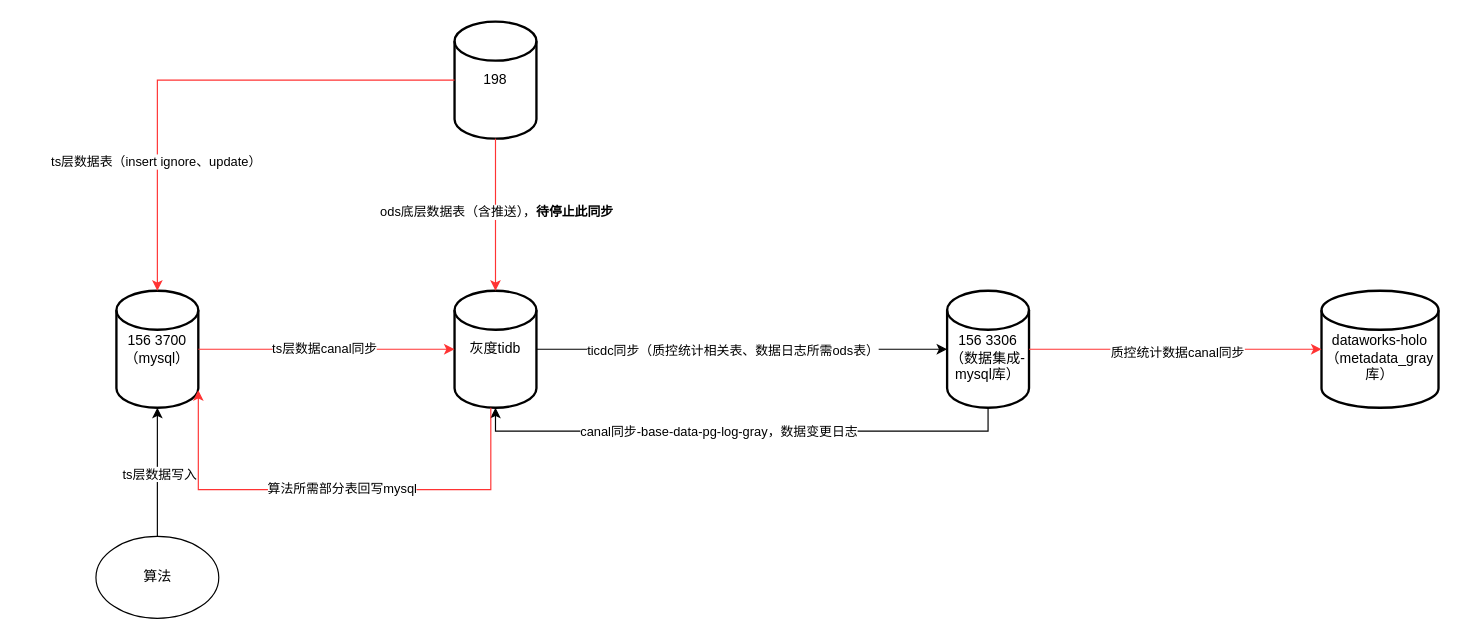
Earlier version of the draw.io diagram 灰度环境数据同步.drawio (liujiansgit/images-). Source tidied: cells renumbered, new cells numbered last; positions are measured from the earlier drawing's top-left corner, leaving out a move shared by most shapes. Both pictures are drawn from the tidied source at 117%, with x=0, y=0 at pixel (95, 21).
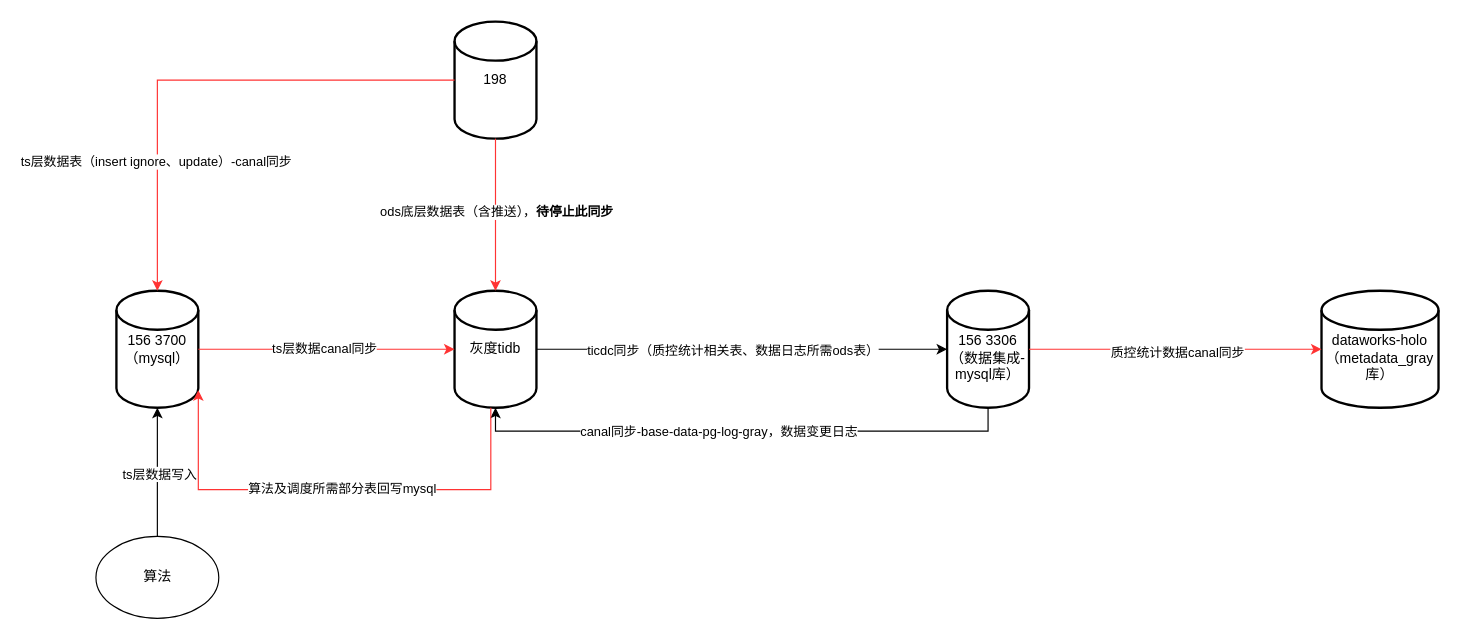
Above is the later version.

Commit message (it also covers changes not shown here):
更新灰度环境数据同步.drawio

Unchanged cells that the change refers to:
```xml
<mxCell id="18" style="edgeStyle=orthogonalEdgeStyle;rounded=0;jettySize=auto;html=1;entryX=0.5;entryY=0;entryDx=0;entryDy=0;entryPerimeter=0;strokeColor=#FF3333;" parent="1" edge="1" source="15" target="2">
  <mxGeometry relative="1" as="geometry" />
</mxCell>
<mxCell id="22" style="edgeStyle=orthogonalEdgeStyle;rounded=0;jettySize=auto;html=1;entryX=1;entryY=0.85;entryDx=0;entryDy=0;entryPerimeter=0;strokeColor=#FF3333;" parent="1" edge="1" target="2">
  <mxGeometry relative="1" as="geometry">
    <mxPoint x="338" y="330" as="sourcePoint" />
    <Array as="points">
      <mxPoint x="338" y="400" />
      <mxPoint x="88" y="400" />
    </Array>
  </mxGeometry>
</mxCell>
```

The edit, as a diff of the source:
```diff
@@
-    <mxCell id="19" value="ts层数据表（insert ignore、update）" style="edgeLabel;html=1;align=center;verticalAlign=middle;" parent="18" vertex="1">
+    <mxCell id="19" value="ts层数据表（insert ignore、update）-canal同步" style="edgeLabel;html=1;align=center;verticalAlign=middle;" parent="18" vertex="1">
       <mxGeometry x="0.49" y="-2" relative="1" as="geometry" />
     </mxCell>
@@
-    <mxCell id="23" value="算法所需部分表回写mysql" style="edgeLabel;html=1;align=center;verticalAlign=middle;" parent="22" vertex="1">
+    <mxCell id="23" value="算法及调度所需部分表回写mysql" style="edgeLabel;html=1;align=center;verticalAlign=middle;" parent="22" vertex="1">
       <mxGeometry x="-0.02" y="-2" relative="1" as="geometry" />
     </mxCell>
```
